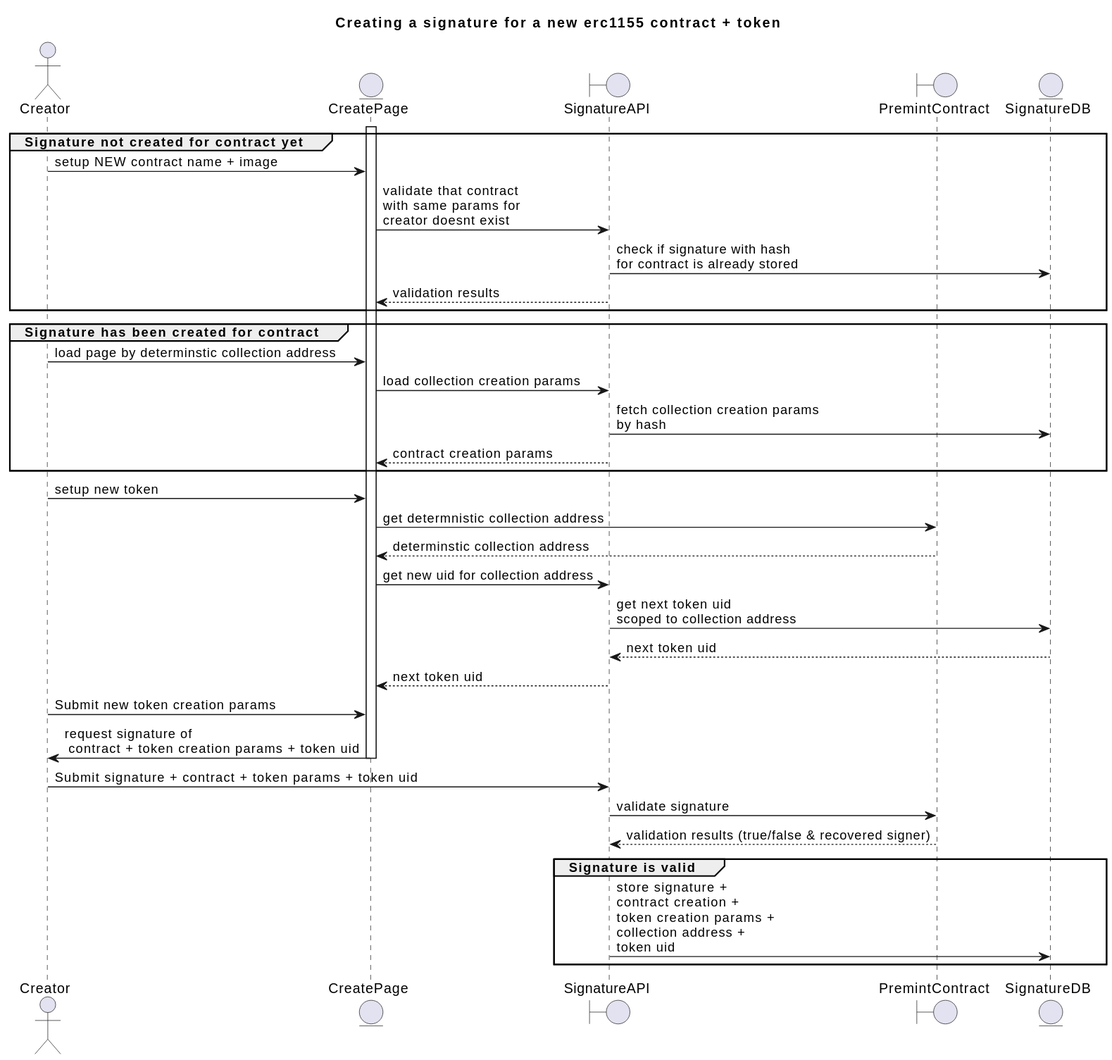
Before: uml/generated/gasslessCreate-creation-sequence.svg, a diagram exported from PlantUML (ourzora/zora-protocol).
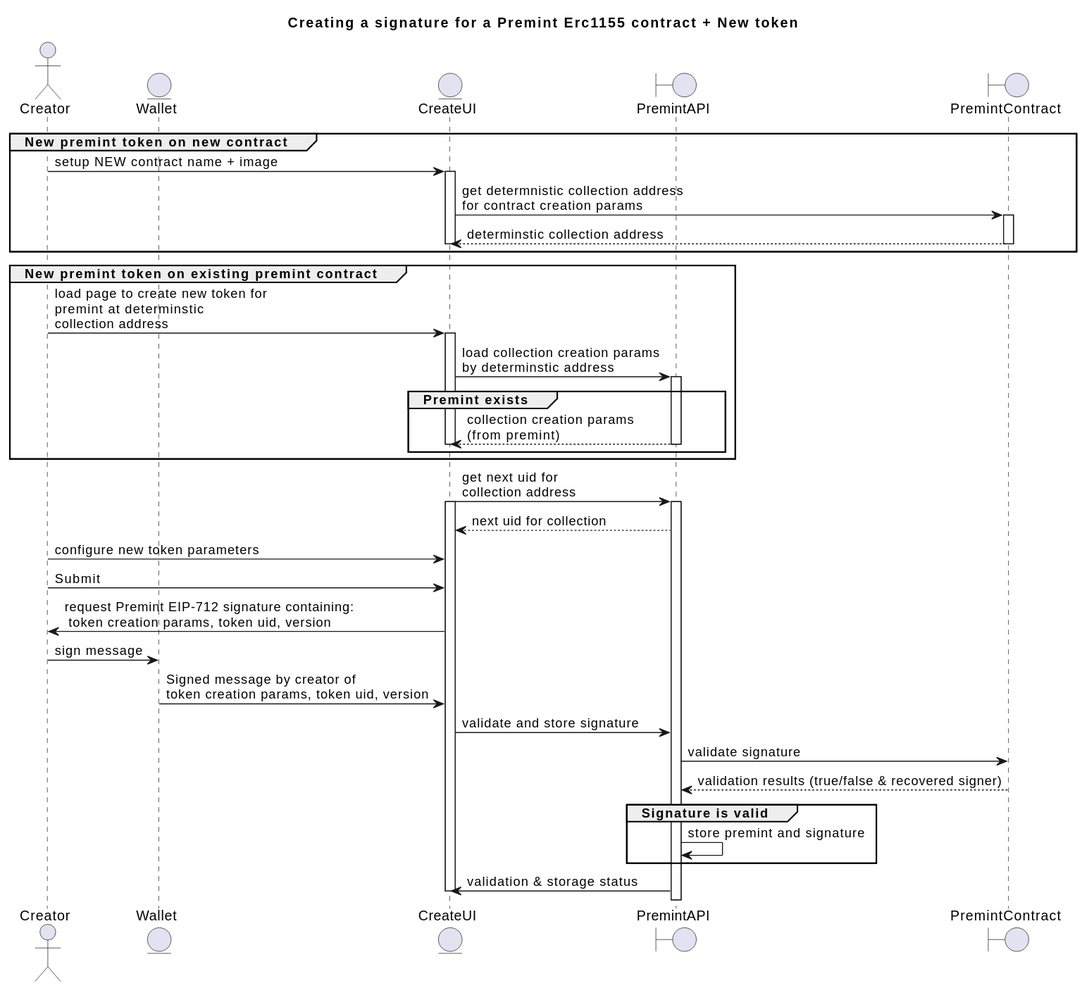
Above is the later version.

The edit, as a diff of the source:
```diff
@@ -1,49 +1,58 @@
 @startuml
-title Creating a signature for a new erc1155 contract + token
+title Creating a signature for a Premint Erc1155 contract + New token
 
 actor Creator
-entity CreatePage
-boundary SignatureAPI
+entity Wallet
+entity CreateUI
+boundary PremintAPI
 boundary PremintContract
-entity SignatureDB
 
+Group New premint token on new contract
 
-Group Signature not created for contract yet
-
-  activate CreatePage
-  Creator -> CreatePage: setup NEW contract name + image
-  CreatePage -> SignatureAPI: validate that contract \nwith same params for\ncreator doesnt exist
-  SignatureAPI -> SignatureDB: check if signature with hash \nfor contract is already stored
-  SignatureAPI --> CreatePage: validation results
+  Creator -> CreateUI: setup NEW contract name + image
+  activate CreateUI
+  CreateUI -> PremintContract: get determnistic collection address\nfor contract creation params
+  activate PremintContract
+  PremintContract --> CreateUI: determinstic collection address
+  deactivate CreateUI
+  deactivate PremintContract
 
 end
 
-Group Signature has been created for contract
+Group New premint token on existing premint contract
 
-  Creator -> CreatePage: load page by determinstic collection address
-  CreatePage -> SignatureAPI: load collection creation params
-  SignatureAPI -> SignatureDB: fetch collection creation params\nby hash
-  SignatureAPI --> CreatePage: contract creation params
+  Creator -> CreateUI: load page to create new token for\npremint at determinstic\ncollection address
+  activate CreateUI
+  CreateUI -> PremintAPI: load collection creation params\nby determinstic address
+  activate PremintAPI
+
+  Group Premint exists
+    PremintAPI --> CreateUI: collection creation params\n(from premint)
+    deactivate CreateUI
+    deactivate PremintAPI
+  end
 
 end
 
-Creator -> CreatePage: setup new token
-CreatePage -> PremintContract: get determnistic collection address
-PremintContract --> CreatePage: determinstic collection address
-CreatePage -> SignatureAPI: get new uid for collection address
-SignatureAPI -> SignatureDB: get next token uid\nscoped to collection address
-SignatureDB --> SignatureAPI: next token uid
-SignatureAPI --> CreatePage: next token uid
-Creator -> CreatePage: Submit new token creation params
-CreatePage -> Creator: request signature of\n contract + token creation params + token uid
-deactivate CreatePage
-Creator -> SignatureAPI: Submit signature + contract + token params + token uid
-SignatureAPI -> PremintContract: validate signature
-PremintContract --> SignatureAPI: validation results (true/false & recovered signer)
+CreateUI -> PremintAPI: get next uid for\ncollection address
+activate CreateUI
+activate PremintAPI
+PremintAPI --> CreateUI: next uid for collection
+
+Creator -> CreateUI: configure new token parameters
+Creator -> CreateUI: Submit
+CreateUI -> Creator: request Premint EIP-712 signature containing:\n token creation params, token uid, version
+Creator -> Wallet: sign message
+Wallet -> CreateUI: Signed message by creator of\ntoken creation params, token uid, version
+CreateUI -> PremintAPI: validate and store signature
+PremintAPI -> PremintContract: validate signature
+PremintContract --> PremintAPI: validation results (true/false & recovered signer)
 
 Group Signature is valid
-
-  SignatureAPI -> SignatureDB: store signature + \ncontract creation + \ntoken creation params + \ncollection address + \ntoken uid
+  PremintAPI -> PremintAPI: store premint and signature
 
 end
+
+PremintAPI -> CreateUI: validation & storage status
+deactivate CreateUI
 @enduml
```
